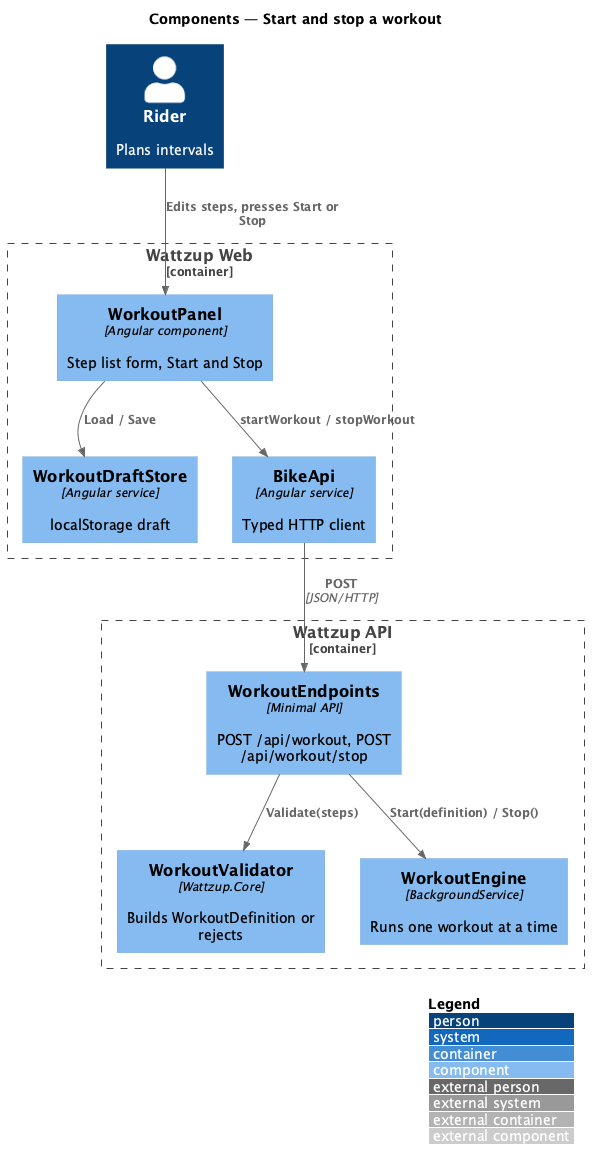
This is docs/detailed-designs/workouts/start-and-stop-workout/diagrams/c4-component.png from QuinntyneBrown/ride-one, a PlantUML export, as it was before one commit.
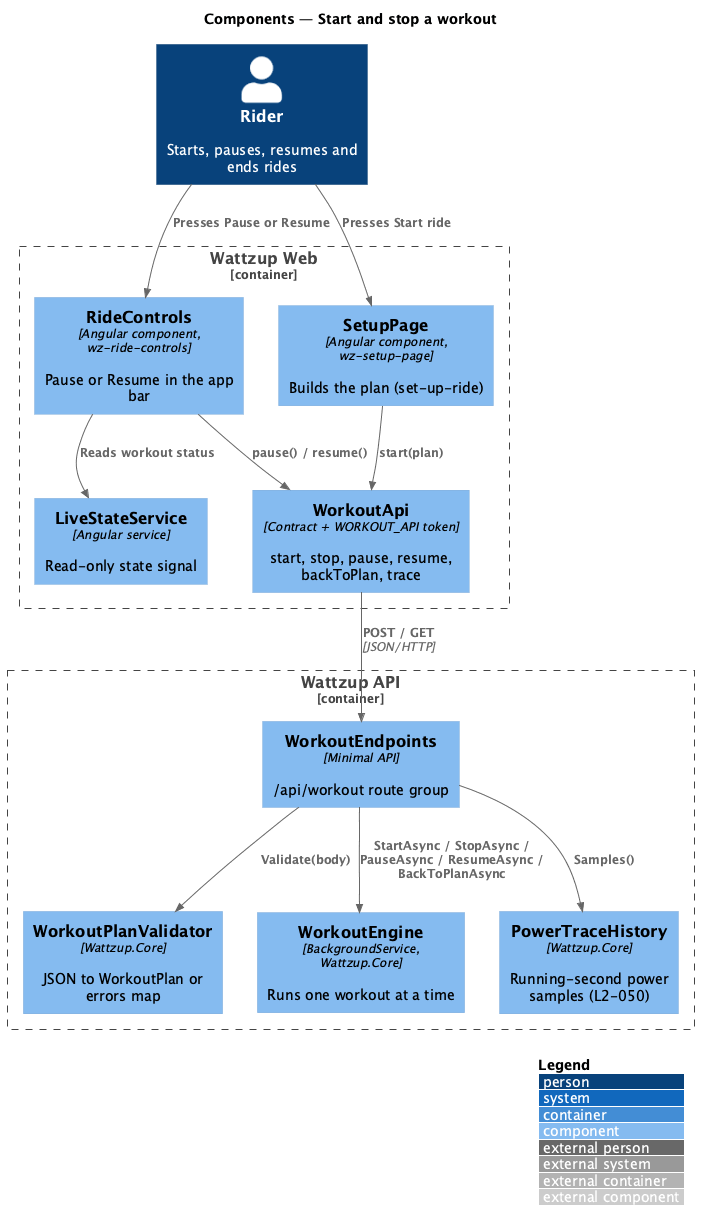
The same file after the commit.

Change to the diagram source:
```diff
@@ -3,22 +3,27 @@
 LAYOUT_WITH_LEGEND()
 title Components — Start and stop a workout
 
-Person(rider, "Rider", "Plans intervals")
+Person(rider, "Rider", "Starts, pauses, resumes and ends rides")
 Container_Boundary(web, "Wattzup Web") {
-  Component(panel, "WorkoutPanel", "Angular component", "Step list form, Start and Stop")
-  Component(draft, "WorkoutDraftStore", "Angular service", "localStorage draft")
-  Component(api, "BikeApi", "Angular service", "Typed HTTP client")
+  Component(controls, "RideControls", "Angular component, wz-ride-controls", "Pause or Resume in the app bar")
+  Component(setup, "SetupPage", "Angular component, wz-setup-page", "Builds the plan (set-up-ride)")
+  Component(live, "LiveStateService", "Angular service", "Read-only state signal")
+  Component(wapi, "WorkoutApi", "Contract + WORKOUT_API token", "start, stop, pause, resume, backToPlan, trace")
 }
 Container_Boundary(be, "Wattzup API") {
-  Component(ep, "WorkoutEndpoints", "Minimal API", "POST /api/workout, POST /api/workout/stop")
-  Component(val, "WorkoutValidator", "Wattzup.Core", "Builds WorkoutDefinition or rejects")
-  Component(engine, "WorkoutEngine", "BackgroundService", "Runs one workout at a time")
+  Component(ep, "WorkoutEndpoints", "Minimal API", "/api/workout route group")
+  Component(val, "WorkoutPlanValidator", "Wattzup.Core", "JSON to WorkoutPlan or errors map")
+  Component(engine, "WorkoutEngine", "BackgroundService, Wattzup.Core", "Runs one workout at a time")
+  Component(trace, "PowerTraceHistory", "Wattzup.Core", "Running-second power samples (L2-050)")
 }
 
-Rel(rider, panel, "Edits steps, presses Start or Stop")
-Rel(panel, draft, "Load / Save")
-Rel(panel, api, "startWorkout / stopWorkout")
-Rel(api, ep, "POST", "JSON/HTTP")
-Rel(ep, val, "Validate(steps)")
-Rel(ep, engine, "Start(definition) / Stop()")
+Rel(rider, controls, "Presses Pause or Resume")
+Rel(rider, setup, "Presses Start ride")
+Rel(controls, live, "Reads workout status")
+Rel(controls, wapi, "pause() / resume()")
+Rel(setup, wapi, "start(plan)")
+Rel(wapi, ep, "POST / GET", "JSON/HTTP")
+Rel(ep, val, "Validate(body)")
+Rel(ep, engine, "StartAsync / StopAsync / PauseAsync / ResumeAsync / BackToPlanAsync")
+Rel(ep, trace, "Samples()")
 @enduml
```
